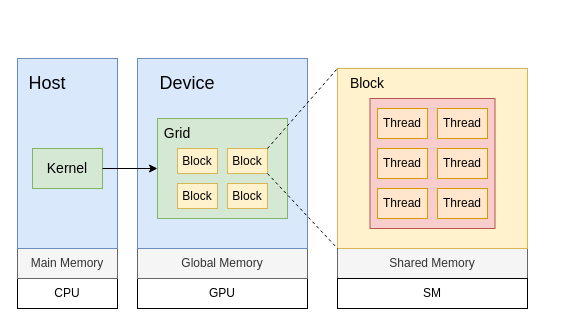
This is Drafts/triton-mod.drawio from xrysamuel/my-drawio, a draw.io file, before an edit. Source tidied: cells renumbered, new cells numbered last; positions are measured from the earlier drawing's top-left corner, leaving out a move shared by most shapes. Both pictures are drawn from the tidied source at 100%, with x=0, y=0 at pixel (17, 58).
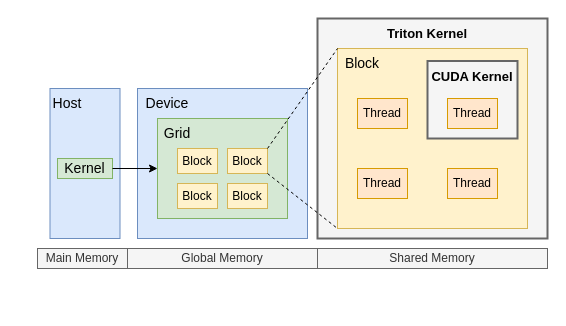
Above is the later version.

What changed in the source:
```diff
@@
+    <mxCell id="31" style="rounded=0;whiteSpace=wrap;html=1;fillColor=#f5f5f5;fontColor=#333333;strokeColor=#666666;strokeWidth=2;" parent="1" vertex="1">
+      <mxGeometry x="300" y="-40" width="230" height="220" as="geometry" />
+    </mxCell>
     <mxCell id="2" value="Shared Memory" style="rounded=0;whiteSpace=wrap;html=1;fillColor=#f5f5f5;fontColor=#333333;strokeColor=#666666;" parent="1" vertex="1">
-      <mxGeometry x="320" y="190" width="190" height="30" as="geometry" />
+      <mxGeometry x="300" y="190" width="230" height="20" as="geometry" />
     </mxCell>
-    <mxCell id="3" value="CPU" style="rounded=0;whiteSpace=wrap;html=1;" parent="1" vertex="1">
-      <mxGeometry y="220" width="100" height="30" as="geometry" />
-    </mxCell>
     <mxCell id="4" value="Main Memory" style="rounded=0;whiteSpace=wrap;html=1;fillColor=#f5f5f5;fontColor=#333333;strokeColor=#666666;" parent="1" vertex="1">
-      <mxGeometry y="190" width="100" height="30" as="geometry" />
+      <mxGeometry x="20" y="190" width="90" height="20" as="geometry" />
     </mxCell>
-    <mxCell id="5" value="GPU" style="rounded=0;whiteSpace=wrap;html=1;" parent="1" vertex="1">
-      <mxGeometry x="120" y="220" width="170" height="30" as="geometry" />
-    </mxCell>
     <mxCell id="6" value="Global Memory" style="rounded=0;whiteSpace=wrap;html=1;fillColor=#f5f5f5;fontColor=#333333;strokeColor=#666666;" parent="1" vertex="1">
-      <mxGeometry x="120" y="190" width="170" height="30" as="geometry" />
+      <mxGeometry x="110" y="190" width="190" height="20" as="geometry" />
     </mxCell>
     <mxCell id="7" style="rounded=0;whiteSpace=wrap;html=1;fillColor=#dae8fc;strokeColor=#6c8ebf;" parent="1" vertex="1">
-      <mxGeometry x="120" width="170" height="190" as="geometry" />
+      <mxGeometry x="120" y="30" width="170" height="150" as="geometry" />
     </mxCell>
     <mxCell id="8" style="rounded=0;whiteSpace=wrap;html=1;fillColor=#dae8fc;strokeColor=#6c8ebf;" parent="1" vertex="1">
-      <mxGeometry width="100" height="190" as="geometry" />
+      <mxGeometry x="32.5" y="30" width="70" height="150" as="geometry" />
     </mxCell>
-    <mxCell id="9" value="Host" style="text;html=1;align=center;verticalAlign=middle;whiteSpace=wrap;rounded=0;fontSize=18;" parent="1" vertex="1">
-      <mxGeometry y="10" width="60" height="30" as="geometry" />
+    <mxCell id="9" value="Host" style="text;html=1;align=center;verticalAlign=middle;whiteSpace=wrap;rounded=0;fontSize=14;" parent="1" vertex="1">
+      <mxGeometry x="20" y="30" width="60" height="30" as="geometry" />
     </mxCell>
     <mxCell id="10" value="&lt;font style=&quot;font-size: 14px;&quot;&gt;Kernel&lt;/font&gt;" style="rounded=0;whiteSpace=wrap;html=1;fillColor=#d5e8d4;strokeColor=#82b366;fontSize=14;" parent="1" vertex="1">
-      <mxGeometry x="15" y="90" width="70" height="40" as="geometry" />
+      <mxGeometry x="40" y="100" width="55" height="20" as="geometry" />
     </mxCell>
@@
-    <mxCell id="12" value="Device" style="text;html=1;align=center;verticalAlign=middle;whiteSpace=wrap;rounded=0;fontSize=18;" parent="1" vertex="1">
-      <mxGeometry x="140" y="10" width="60" height="30" as="geometry" />
+    <mxCell id="12" value="Device" style="text;html=1;align=center;verticalAlign=middle;whiteSpace=wrap;rounded=0;fontSize=14;" parent="1" vertex="1">
+      <mxGeometry x="120" y="30" width="60" height="30" as="geometry" />
     </mxCell>
@@
     <mxCell id="16" style="rounded=0;whiteSpace=wrap;html=1;fillColor=#fff2cc;strokeColor=#d6b656;" parent="1" vertex="1">
-      <mxGeometry x="320" y="10" width="190" height="180" as="geometry" />
+      <mxGeometry x="320" y="-10" width="190" height="180" as="geometry" />
     </mxCell>
     <mxCell id="17" value="Block" style="text;html=1;align=center;verticalAlign=middle;whiteSpace=wrap;rounded=0;fontSize=14;" parent="1" vertex="1">
-      <mxGeometry x="320" y="10" width="60" height="30" as="geometry" />
+      <mxGeometry x="320" y="-10" width="50" height="30" as="geometry" />
     </mxCell>
-    <mxCell id="18" value="SM" style="rounded=0;whiteSpace=wrap;html=1;" parent="1" vertex="1">
-      <mxGeometry x="320" y="220" width="190" height="30" as="geometry" />
-    </mxCell>
@@
-    <mxCell id="24" style="rounded=0;whiteSpace=wrap;html=1;fillColor=#f8cecc;strokeColor=#b85450;" parent="1" vertex="1">
-      <mxGeometry x="352.5" y="40" width="125" height="130" as="geometry" />
-    </mxCell>
     <mxCell id="25" value="Thread" style="rounded=0;whiteSpace=wrap;html=1;fillColor=#ffe6cc;strokeColor=#d79b00;" parent="1" vertex="1">
-      <mxGeometry x="360" y="50" width="50" height="30" as="geometry" />
+      <mxGeometry x="340" y="40" width="50" height="30" as="geometry" />
     </mxCell>
     <mxCell id="26" value="Thread" style="rounded=0;whiteSpace=wrap;html=1;fillColor=#ffe6cc;strokeColor=#d79b00;" parent="1" vertex="1">
-      <mxGeometry x="360" y="90" width="50" height="30" as="geometry" />
+      <mxGeometry x="340" y="110" width="50" height="30" as="geometry" />
     </mxCell>
-    <mxCell id="27" value="Thread" style="rounded=0;whiteSpace=wrap;html=1;fillColor=#ffe6cc;strokeColor=#d79b00;" parent="1" vertex="1">
-      <mxGeometry x="360" y="130" width="50" height="30" as="geometry" />
-    </mxCell>
     <mxCell id="28" value="Thread" style="rounded=0;whiteSpace=wrap;html=1;fillColor=#ffe6cc;strokeColor=#d79b00;" parent="1" vertex="1">
-      <mxGeometry x="420" y="130" width="50" height="30" as="geometry" />
+      <mxGeometry x="430" y="110" width="50" height="30" as="geometry" />
     </mxCell>
-    <mxCell id="29" value="Thread" style="rounded=0;whiteSpace=wrap;html=1;fillColor=#ffe6cc;strokeColor=#d79b00;" parent="1" vertex="1">
-      <mxGeometry x="420" y="90" width="50" height="30" as="geometry" />
-    </mxCell>
+    <mxCell id="32" style="rounded=0;whiteSpace=wrap;html=1;fillColor=#f5f5f5;fontColor=#333333;strokeColor=#666666;strokeWidth=2;" parent="1" vertex="1">
+      <mxGeometry x="410" y="2.5" width="90" height="77.5" as="geometry" />
+    </mxCell>
     <mxCell id="30" value="Thread" style="rounded=0;whiteSpace=wrap;html=1;fillColor=#ffe6cc;strokeColor=#d79b00;" parent="1" vertex="1">
-      <mxGeometry x="420" y="50" width="50" height="30" as="geometry" />
+      <mxGeometry x="430" y="40" width="50" height="30" as="geometry" />
     </mxCell>
+    <mxCell id="33" value="Triton Kernel" style="text;html=1;align=center;verticalAlign=middle;whiteSpace=wrap;rounded=0;fontSize=13;fontStyle=1;" parent="1" vertex="1">
+      <mxGeometry x="360" y="-40" width="100" height="30" as="geometry" />
+    </mxCell>
+    <mxCell id="34" style="edgeStyle=orthogonalEdgeStyle;rounded=0;orthogonalLoop=1;jettySize=auto;html=1;exitX=0.5;exitY=1;exitDx=0;exitDy=0;" parent="1" edge="1" source="26" target="26">
+      <mxGeometry relative="1" as="geometry" />
+    </mxCell>
+    <mxCell id="35" value="CUDA Kernel" style="text;html=1;align=center;verticalAlign=middle;whiteSpace=wrap;rounded=0;fontSize=13;fontStyle=1;" parent="1" vertex="1">
+      <mxGeometry x="405" y="2.5" width="100" height="30" as="geometry" />
+    </mxCell>
```
